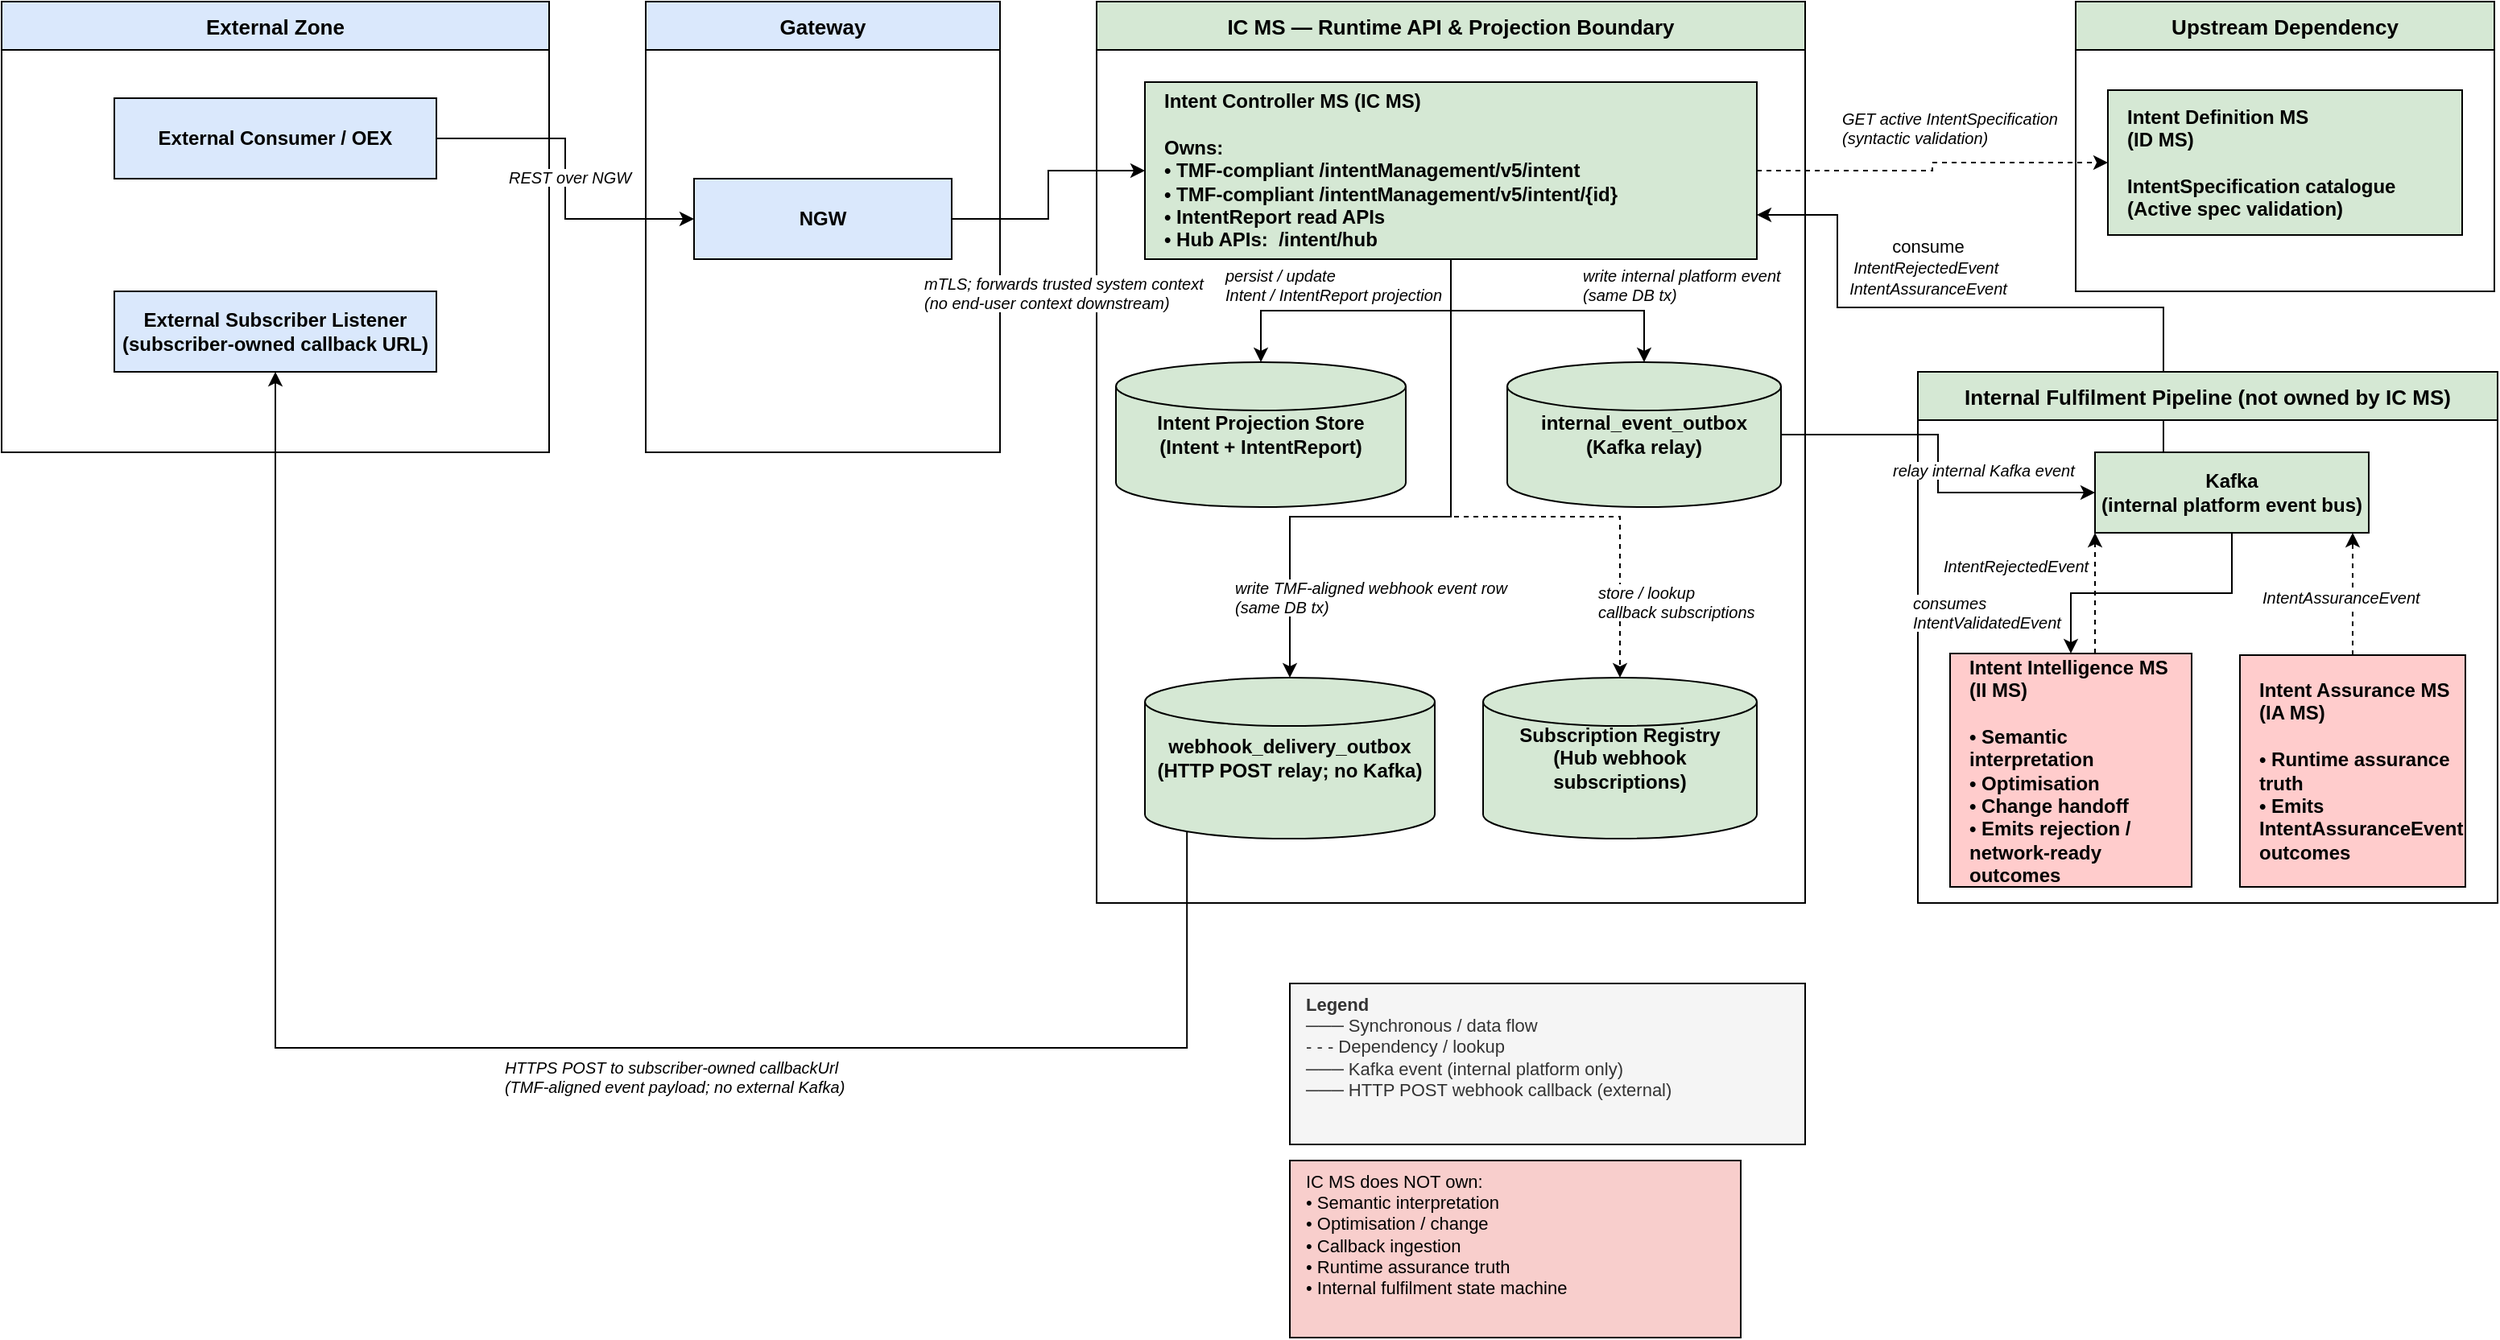
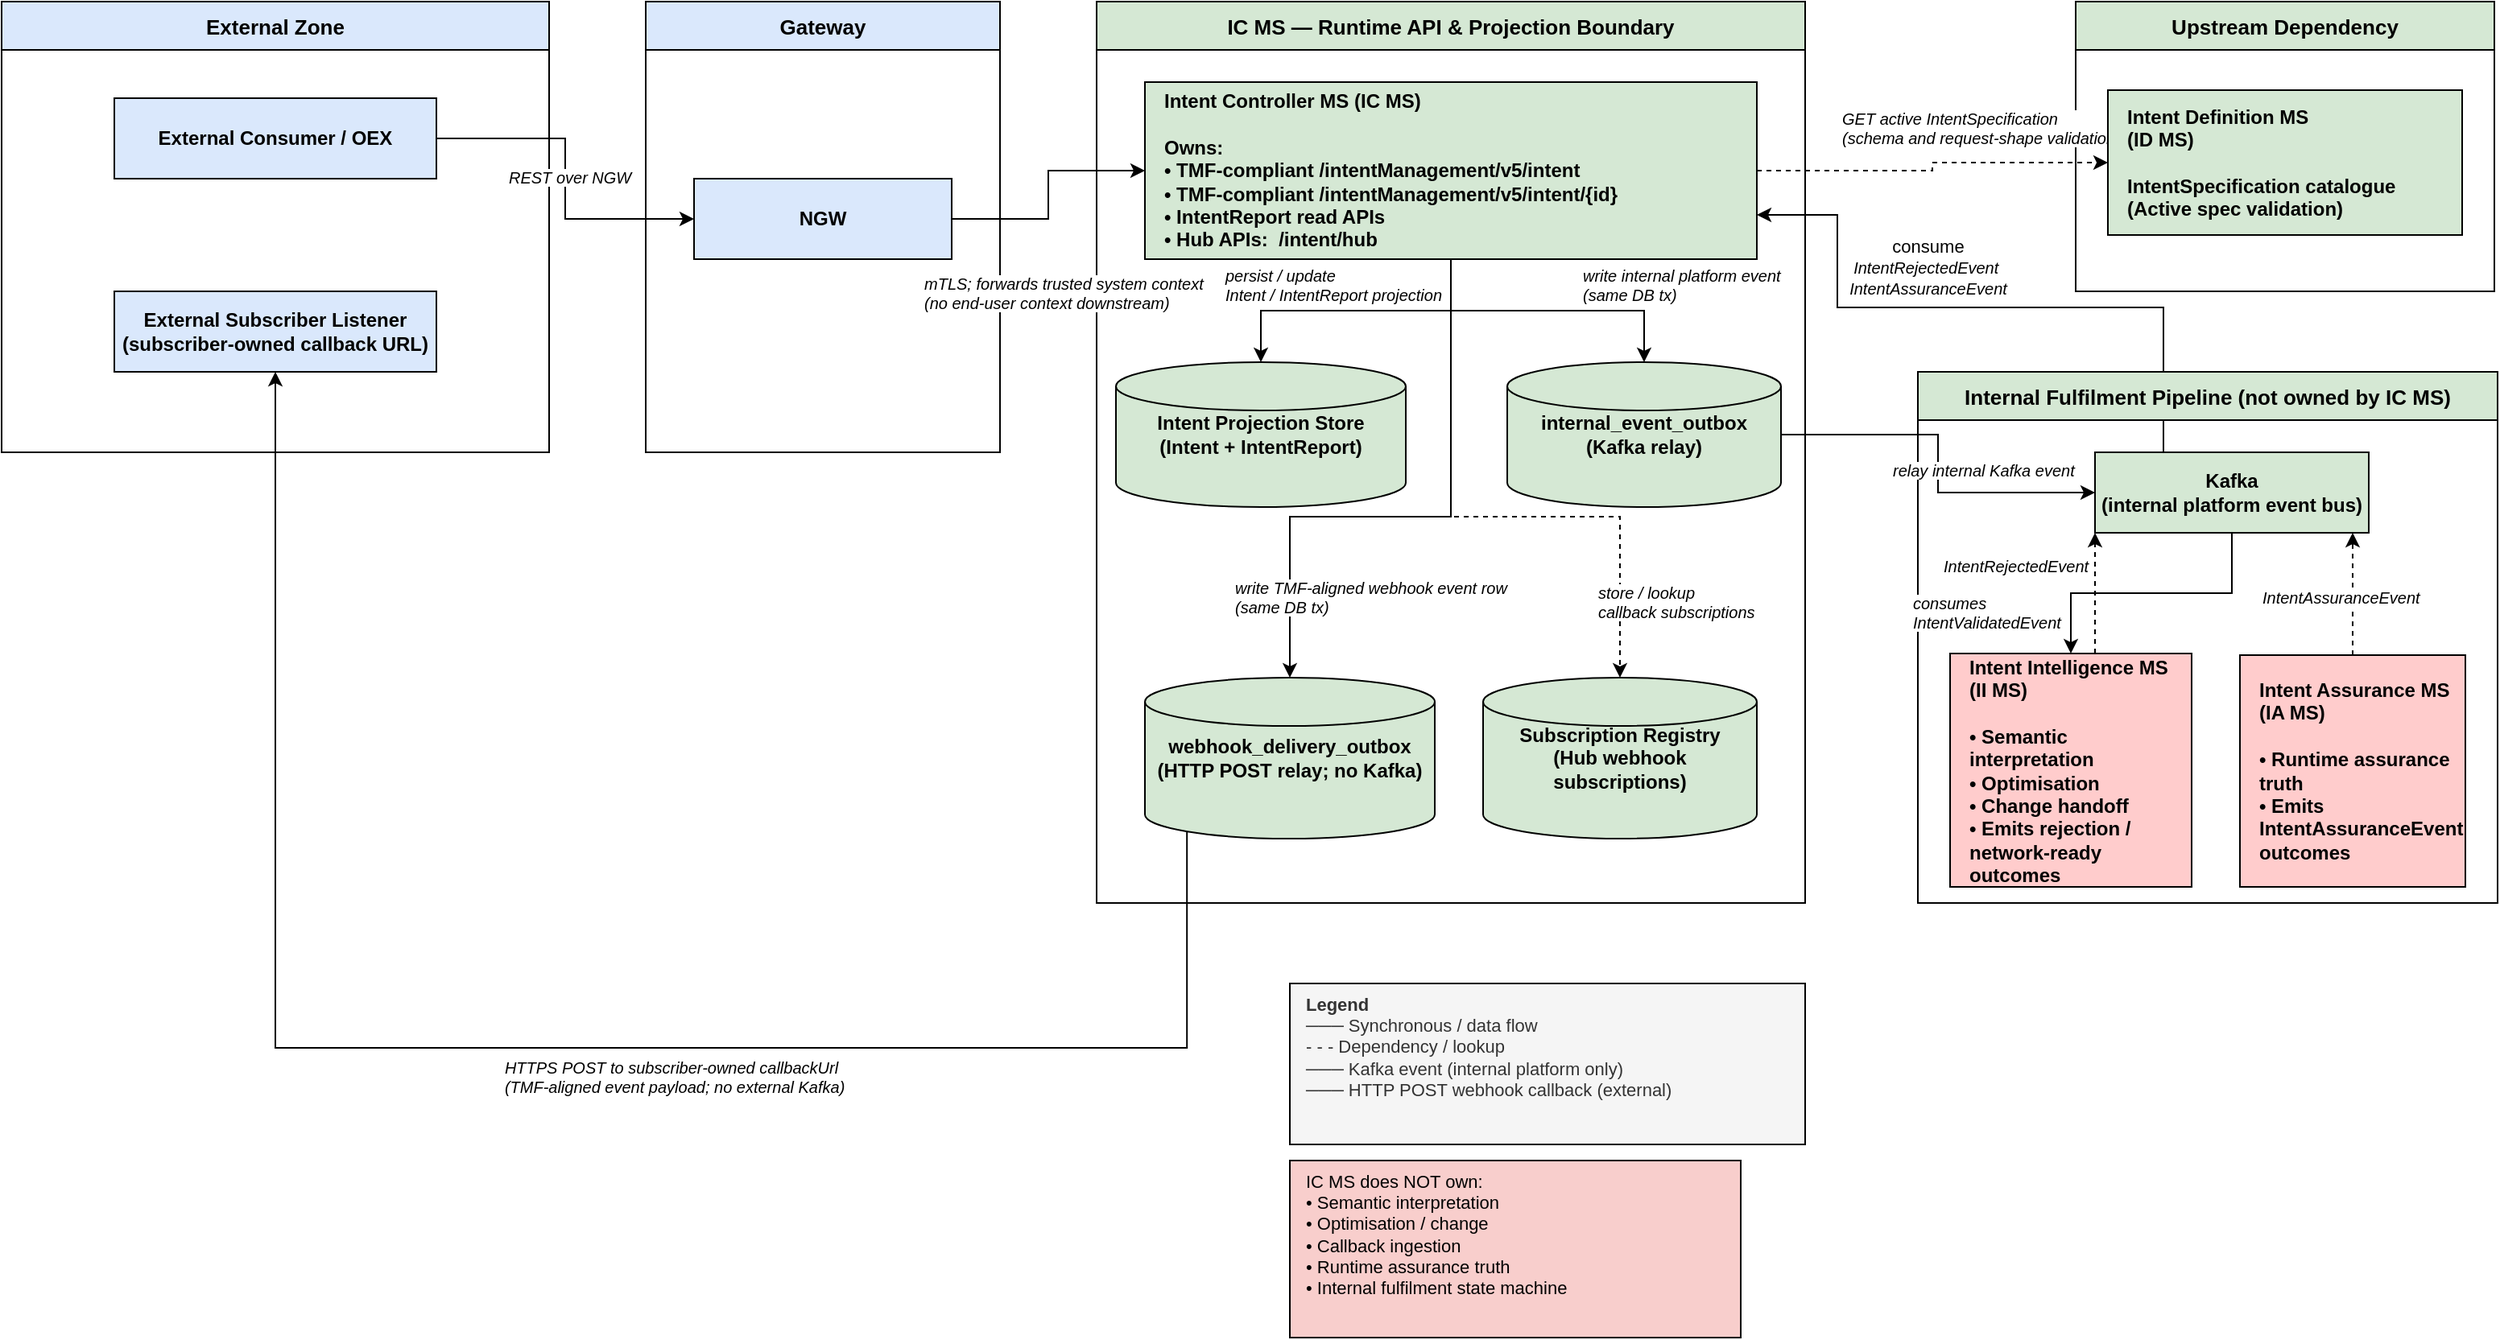
<mxfile host="65bd71144e">
    <diagram name="IC MS - Logical View" id="ic-ms-logical-view">
        <mxGraphModel dx="665" dy="639" grid="1" gridSize="10" guides="1" tooltips="1" connect="1" arrows="1" fold="1" page="1" pageScale="1" pageWidth="1654" pageHeight="1169" math="0" shadow="0" adaptiveColors="none">
            <root>
                <mxCell id="0"/>
                <mxCell id="1" parent="0"/>
                <mxCell id="zone_external" value="External Zone" style="swimlane;startSize=30;fillColor=#dae8fc;strokeColor=default;fontStyle=1;fontSize=13;horizontal=1;container=0;rounded=0;" parent="1" vertex="1">
                    <mxGeometry x="40" y="40" width="340" height="280" as="geometry"/>
                </mxCell>
                <mxCell id="zone_gateway" value="Gateway" style="swimlane;startSize=30;fillColor=#dae8fc;strokeColor=default;fontStyle=1;fontSize=13;horizontal=1;container=0;rounded=0;" parent="1" vertex="1">
                    <mxGeometry x="440" y="40" width="220" height="280" as="geometry"/>
                </mxCell>
                <mxCell id="zone_icms" value="IC MS — Runtime API &amp; Projection Boundary" style="swimlane;startSize=30;fillColor=#d5e8d4;strokeColor=default;fontStyle=1;fontSize=13;horizontal=1;container=0;rounded=0;" parent="1" vertex="1">
                    <mxGeometry x="720" y="40" width="440" height="560" as="geometry"/>
                </mxCell>
                <mxCell id="zone_idms" value="Upstream Dependency" style="swimlane;startSize=30;fillColor=#d5e8d4;strokeColor=default;fontStyle=1;fontSize=13;horizontal=1;container=0;rounded=0;" parent="1" vertex="1">
                    <mxGeometry x="1328" y="40" width="260" height="180" as="geometry"/>
                </mxCell>
                <mxCell id="0MlcjW0cjBZ2ITzH3IxV-1" style="edgeStyle=orthogonalEdgeStyle;rounded=0;orthogonalLoop=1;jettySize=auto;html=1;fillColor=#d5e8d4;strokeColor=default;exitX=0.25;exitY=0;exitDx=0;exitDy=0;entryX=1;entryY=0.75;entryDx=0;entryDy=0;" parent="1" source="kafka" target="icms_core" edge="1">
                    <mxGeometry relative="1" as="geometry">
                        <mxPoint x="1400" y="310" as="sourcePoint"/>
                        <mxPoint x="1130" y="230" as="targetPoint"/>
                        <Array as="points">
                            <mxPoint x="1383" y="230"/>
                            <mxPoint x="1180" y="230"/>
                            <mxPoint x="1180" y="173"/>
                        </Array>
                    </mxGeometry>
                </mxCell>
                <mxCell id="2" value="consume&lt;div&gt;&lt;span style=&quot;color: rgb(0, 0, 0); font-size: 10px; font-style: italic; text-align: left;&quot;&gt;IntentRejectedEvent&amp;nbsp;&lt;br&gt;&lt;span style=&quot;color: rgb(0, 0, 0);&quot;&gt;IntentAssuranceEvent&lt;/span&gt;&lt;/span&gt;&lt;/div&gt;" style="edgeLabel;html=1;align=center;verticalAlign=middle;resizable=0;points=[];rounded=0;" parent="0MlcjW0cjBZ2ITzH3IxV-1" vertex="1" connectable="0">
                    <mxGeometry x="0.4455" y="-1" relative="1" as="geometry">
                        <mxPoint x="52" y="-24" as="offset"/>
                    </mxGeometry>
                </mxCell>
                <mxCell id="zone_internal" value="Internal Fulfilment Pipeline (not owned by IC MS)" style="swimlane;startSize=30;fillColor=#d5e8d4;strokeColor=default;fontStyle=1;fontSize=13;horizontal=1;container=0;rounded=0;" parent="1" vertex="1">
                    <mxGeometry x="1230" y="270" width="360" height="330" as="geometry"/>
                </mxCell>
                <mxCell id="e1" style="edgeStyle=orthogonalEdgeStyle;rounded=0;" parent="1" source="ext_consumer" target="gateway" edge="1">
                    <mxGeometry relative="1" as="geometry"/>
                </mxCell>
                <mxCell id="e1_lbl" value="REST over NGW" style="edgeLabel;fontSize=10;fontStyle=2;container=0;rounded=0;" parent="e1" connectable="0" vertex="1">
                    <mxGeometry relative="0.5" as="geometry">
                        <mxPoint x="-37" y="-13" as="offset"/>
                    </mxGeometry>
                </mxCell>
                <mxCell id="e2" style="edgeStyle=orthogonalEdgeStyle;rounded=0;" parent="1" source="gateway" target="icms_core" edge="1">
                    <mxGeometry relative="1" as="geometry"/>
                </mxCell>
                <mxCell id="e2_lbl" value="mTLS; forwards trusted system context&#xa;(no end-user context downstream)" style="edgeLabel;fontSize=10;fontStyle=2;container=0;rounded=0;" parent="e2" connectable="0" vertex="1">
                    <mxGeometry relative="0.5" as="geometry">
                        <mxPoint x="-79" y="43" as="offset"/>
                    </mxGeometry>
                </mxCell>
                <mxCell id="e3" style="edgeStyle=orthogonalEdgeStyle;rounded=0;dashed=1;fillColor=#d5e8d4;strokeColor=default;" parent="1" source="icms_core" target="idms" edge="1">
                    <mxGeometry relative="1" as="geometry"/>
                </mxCell>
-                 <mxCell id="e3_lbl" value="GET active IntentSpecification&#xa;(syntactic validation)" style="edgeLabel;fontSize=10;fontStyle=2;container=0;rounded=0;" parent="e3" connectable="0" vertex="1">
+                 <mxCell id="e3_lbl" value="GET active IntentSpecification&#xa;(schema and request-shape validation)" style="edgeLabel;fontSize=10;fontStyle=2;container=0;rounded=0;" parent="e3" connectable="0" vertex="1">
                    <mxGeometry relative="0.5" as="geometry">
                        <mxPoint x="-58" y="-42" as="offset"/>
                    </mxGeometry>
                </mxCell>
                <mxCell id="e4" style="edgeStyle=orthogonalEdgeStyle;rounded=0;fillColor=#d5e8d4;strokeColor=default;" parent="1" source="icms_core" target="intent_store" edge="1">
                    <mxGeometry relative="1" as="geometry"/>
                </mxCell>
                <mxCell id="e4_lbl" value="persist / update&#xa;Intent / IntentReport projection" style="edgeLabel;fontSize=10;fontStyle=2;container=0;rounded=0;" parent="e4" connectable="0" vertex="1">
                    <mxGeometry relative="0.5" as="geometry">
                        <mxPoint x="-83" y="-34" as="offset"/>
                    </mxGeometry>
                </mxCell>
                <mxCell id="e5" style="edgeStyle=orthogonalEdgeStyle;rounded=0;fillColor=#d5e8d4;strokeColor=default;" parent="1" source="icms_core" target="int_outbox" edge="1">
                    <mxGeometry relative="1" as="geometry"/>
                </mxCell>
                <mxCell id="e5_lbl" value="write internal platform event&#xa;(same DB tx)" style="edgeLabel;fontSize=10;fontStyle=2;container=0;rounded=0;" parent="e5" connectable="0" vertex="1">
                    <mxGeometry relative="0.5" as="geometry">
                        <mxPoint x="20" y="-34" as="offset"/>
                    </mxGeometry>
                </mxCell>
                <mxCell id="e6" style="edgeStyle=orthogonalEdgeStyle;rounded=0;fillColor=#d5e8d4;strokeColor=default;" parent="1" source="int_outbox" target="kafka" edge="1">
                    <mxGeometry relative="1" as="geometry"/>
                </mxCell>
                <mxCell id="e6_lbl" value="relay internal Kafka event" style="edgeLabel;fontSize=10;fontStyle=2;container=0;rounded=0;" parent="e6" connectable="0" vertex="1">
                    <mxGeometry relative="0.5" as="geometry">
                        <mxPoint x="-30" y="-8" as="offset"/>
                    </mxGeometry>
                </mxCell>
                <mxCell id="e7" style="edgeStyle=orthogonalEdgeStyle;rounded=0;fillColor=#d5e8d4;strokeColor=default;" parent="1" source="kafka" target="iims" edge="1">
                    <mxGeometry relative="1" as="geometry"/>
                </mxCell>
                <mxCell id="e7_lbl" value="consumes&#xa;IntentValidatedEvent" style="edgeLabel;fontSize=10;fontStyle=2;container=0;rounded=0;" parent="e7" connectable="0" vertex="1">
                    <mxGeometry relative="0.5" as="geometry">
                        <mxPoint x="-150" y="-6" as="offset"/>
                    </mxGeometry>
                </mxCell>
                <mxCell id="e8" style="edgeStyle=orthogonalEdgeStyle;rounded=0;dashed=1;fillColor=#d5e8d4;strokeColor=default;" parent="1" source="iims" target="kafka" edge="1">
                    <mxGeometry relative="1" as="geometry">
                        <Array as="points">
                            <mxPoint x="1310" y="490"/>
                            <mxPoint x="1380" y="490"/>
                            <mxPoint x="1380" y="360"/>
                        </Array>
                    </mxGeometry>
                </mxCell>
                <mxCell id="e8_lbl" value="IntentRejectedEvent " style="edgeLabel;fontSize=10;fontStyle=2;container=0;rounded=0;" parent="e8" connectable="0" vertex="1">
                    <mxGeometry relative="0.5" as="geometry">
                        <mxPoint x="-96" y="-29" as="offset"/>
                    </mxGeometry>
                </mxCell>
                <mxCell id="e9" style="edgeStyle=orthogonalEdgeStyle;rounded=0;dashed=1;fillColor=#d5e8d4;strokeColor=default;" parent="1" source="iams" target="kafka" edge="1">
                    <mxGeometry relative="1" as="geometry">
                        <Array as="points">
                            <mxPoint x="1450" y="490"/>
                            <mxPoint x="1450" y="360"/>
                        </Array>
                    </mxGeometry>
                </mxCell>
                <mxCell id="e9_lbl" value="IntentAssuranceEvent" style="edgeLabel;fontSize=10;fontStyle=2;container=0;rounded=0;" parent="e9" connectable="0" vertex="1">
                    <mxGeometry relative="0.5" as="geometry">
                        <mxPoint x="-58" y="-10" as="offset"/>
                    </mxGeometry>
                </mxCell>
                <mxCell id="e11" style="edgeStyle=orthogonalEdgeStyle;rounded=0;fillColor=#d5e8d4;strokeColor=default;" parent="1" source="icms_core" target="webhook_outbox" edge="1">
                    <mxGeometry relative="1" as="geometry">
                        <Array as="points">
                            <mxPoint x="940" y="360"/>
                            <mxPoint x="840" y="360"/>
                        </Array>
                    </mxGeometry>
                </mxCell>
                <mxCell id="e11_lbl" value="write TMF-aligned webhook event row&#xa;(same DB tx)" style="edgeLabel;fontSize=10;fontStyle=2;container=0;rounded=0;" parent="e11" connectable="0" vertex="1">
                    <mxGeometry relative="0.5" as="geometry">
                        <mxPoint x="-116" y="32" as="offset"/>
                    </mxGeometry>
                </mxCell>
                <mxCell id="e12" style="edgeStyle=orthogonalEdgeStyle;rounded=0;strokeColor=default;exitX=0.145;exitY=1;exitDx=0;exitDy=-4.35;exitPerimeter=0;" parent="1" source="webhook_outbox" target="ext_subscriber" edge="1">
                    <mxGeometry relative="1" as="geometry">
                        <Array as="points">
                            <mxPoint x="776" y="690"/>
                            <mxPoint x="210" y="690"/>
                        </Array>
                    </mxGeometry>
                </mxCell>
                <mxCell id="e12_lbl" value="HTTPS POST to subscriber-owned callbackUrl&#xa;(TMF-aligned event payload; no external Kafka)" style="edgeLabel;fontSize=10;fontStyle=2;container=0;rounded=0;" parent="e12" connectable="0" vertex="1">
                    <mxGeometry relative="0.5" as="geometry"/>
                </mxCell>
                <mxCell id="e13" style="edgeStyle=orthogonalEdgeStyle;rounded=0;dashed=1;fillColor=#d5e8d4;strokeColor=default;" parent="1" source="icms_core" target="sub_registry" edge="1">
                    <mxGeometry relative="1" as="geometry">
                        <Array as="points">
                            <mxPoint x="940" y="360"/>
                            <mxPoint x="1045" y="360"/>
                        </Array>
                    </mxGeometry>
                </mxCell>
                <mxCell id="e13_lbl" value="store / lookup&#xa;callback subscriptions" style="edgeLabel;fontSize=10;fontStyle=2;container=0;rounded=0;" parent="e13" connectable="0" vertex="1">
                    <mxGeometry relative="0.5" as="geometry">
                        <mxPoint x="67" y="35" as="offset"/>
                    </mxGeometry>
                </mxCell>
                <mxCell id="legend" value="&lt;b&gt;Legend&lt;/b&gt;&#xa;─── Synchronous / data flow&#xa;- - - Dependency / lookup&#xa;─── Kafka event (internal platform only)&#xa;─── HTTP POST webhook callback (external)" style="text;html=1;strokeColor=default;fillColor=#f5f5f5;align=left;verticalAlign=top;spacingLeft=8;fontSize=11;fontColor=#333333;container=0;rounded=0;" parent="1" vertex="1">
                    <mxGeometry x="840" y="650" width="320" height="100" as="geometry"/>
                </mxCell>
                <mxCell id="not_owned_note" value="IC MS does NOT own:&#xa;• Semantic interpretation&#xa;• Optimisation / change&#xa;• Callback ingestion&#xa;• Runtime assurance truth&#xa;• Internal fulfilment state machine" style="text;html=1;strokeColor=default;fillColor=#f8cecc;align=left;verticalAlign=top;spacingLeft=8;fontSize=11;container=0;rounded=0;" parent="1" vertex="1">
                    <mxGeometry x="840" y="760" width="280" height="110" as="geometry"/>
                </mxCell>
                <mxCell id="ext_consumer" value="External Consumer / OEX" style="rounded=0;whiteSpace=wrap;html=1;fillColor=#dae8fc;strokeColor=default;fontStyle=1;fontSize=12;container=0;" parent="1" vertex="1">
                    <mxGeometry x="110" y="100" width="200" height="50" as="geometry"/>
                </mxCell>
                <mxCell id="ext_subscriber" value="External Subscriber Listener&#xa;(subscriber-owned callback URL)" style="rounded=0;whiteSpace=wrap;html=1;fillColor=#dae8fc;strokeColor=default;fontStyle=1;fontSize=12;container=0;" parent="1" vertex="1">
                    <mxGeometry x="110" y="220" width="200" height="50" as="geometry"/>
                </mxCell>
                <mxCell id="gateway" value="NGW" style="rounded=0;whiteSpace=wrap;html=1;fillColor=#dae8fc;strokeColor=default;fontStyle=1;fontSize=12;container=0;" parent="1" vertex="1">
                    <mxGeometry x="470" y="150" width="160" height="50" as="geometry"/>
                </mxCell>
                <mxCell id="icms_core" value="Intent Controller MS (IC MS)&lt;br&gt;&lt;br&gt;Owns:&lt;br&gt;• TMF-compliant /intentManagement/v5/intent&lt;br&gt;• TMF-compliant /intentManagement/v5/intent/{id}&lt;br&gt;• IntentReport read APIs&lt;br&gt;• Hub APIs:&amp;nbsp; /intent/hub" style="rounded=0;whiteSpace=wrap;html=1;fillColor=#d5e8d4;strokeColor=default;fontStyle=1;fontSize=12;align=left;spacingLeft=10;container=0;" parent="1" vertex="1">
                    <mxGeometry x="750" y="90" width="380" height="110" as="geometry"/>
                </mxCell>
                <mxCell id="intent_store" value="Intent Projection Store&#xa;(Intent + IntentReport)" style="shape=cylinder3;whiteSpace=wrap;html=1;fillColor=#d5e8d4;strokeColor=default;fontStyle=1;fontSize=12;container=0;rounded=0;" parent="1" vertex="1">
                    <mxGeometry x="732" y="264" width="180" height="90" as="geometry"/>
                </mxCell>
                <mxCell id="int_outbox" value="internal_event_outbox&#xa;(Kafka relay)" style="shape=cylinder3;whiteSpace=wrap;html=1;fillColor=#d5e8d4;strokeColor=default;fontStyle=1;fontSize=12;container=0;rounded=0;" parent="1" vertex="1">
                    <mxGeometry x="975" y="264" width="170" height="90" as="geometry"/>
                </mxCell>
                <mxCell id="webhook_outbox" value="webhook_delivery_outbox&#xa;(HTTP POST relay; no Kafka)" style="shape=cylinder3;whiteSpace=wrap;html=1;fillColor=#d5e8d4;strokeColor=default;fontStyle=1;fontSize=12;container=0;rounded=0;" parent="1" vertex="1">
                    <mxGeometry x="750" y="460" width="180" height="100" as="geometry"/>
                </mxCell>
                <mxCell id="sub_registry" value="Subscription Registry&#xa;(Hub webhook subscriptions)" style="shape=cylinder3;whiteSpace=wrap;html=1;fillColor=#d5e8d4;strokeColor=default;fontStyle=1;fontSize=12;container=0;rounded=0;" parent="1" vertex="1">
                    <mxGeometry x="960" y="460" width="170" height="100" as="geometry"/>
                </mxCell>
                <mxCell id="idms" value="Intent Definition MS&#xa;(ID MS)&#xa;&#xa;IntentSpecification catalogue&#xa;(Active spec validation)" style="rounded=0;whiteSpace=wrap;html=1;fillColor=#d5e8d4;strokeColor=default;fontStyle=1;fontSize=12;align=left;spacingLeft=10;container=0;" parent="1" vertex="1">
                    <mxGeometry x="1348" y="95" width="220" height="90" as="geometry"/>
                </mxCell>
                <mxCell id="kafka" value="Kafka&#xa;(internal platform event bus)" style="rounded=0;whiteSpace=wrap;html=1;fillColor=#d5e8d4;strokeColor=default;fontStyle=1;fontSize=12;container=0;" parent="1" vertex="1">
                    <mxGeometry x="1340" y="320" width="170" height="50" as="geometry"/>
                </mxCell>
                <mxCell id="iims" value="Intent Intelligence MS&lt;br&gt;(II MS)&lt;br&gt;&lt;br&gt;• Semantic interpretation&lt;br&gt;• Optimisation&lt;br&gt;• Change handoff&lt;br&gt;• Emits rejection / network-ready outcomes" style="rounded=0;whiteSpace=wrap;html=1;fillColor=#ffcccc;strokeColor=default;fontStyle=1;fontSize=12;align=left;spacingLeft=10;container=0;" parent="1" vertex="1">
                    <mxGeometry x="1250" y="445" width="150" height="145" as="geometry"/>
                </mxCell>
                <mxCell id="iams" value="Intent Assurance MS&#xa;(IA MS)&#xa;&#xa;• Runtime assurance truth&#xa;• Emits IntentAssuranceEvent outcomes" style="rounded=0;whiteSpace=wrap;html=1;fillColor=#ffcccc;strokeColor=default;fontStyle=1;fontSize=12;align=left;spacingLeft=10;container=0;" parent="1" vertex="1">
                    <mxGeometry x="1430" y="446" width="140" height="144" as="geometry"/>
                </mxCell>
            </root>
        </mxGraphModel>
    </diagram>
</mxfile>